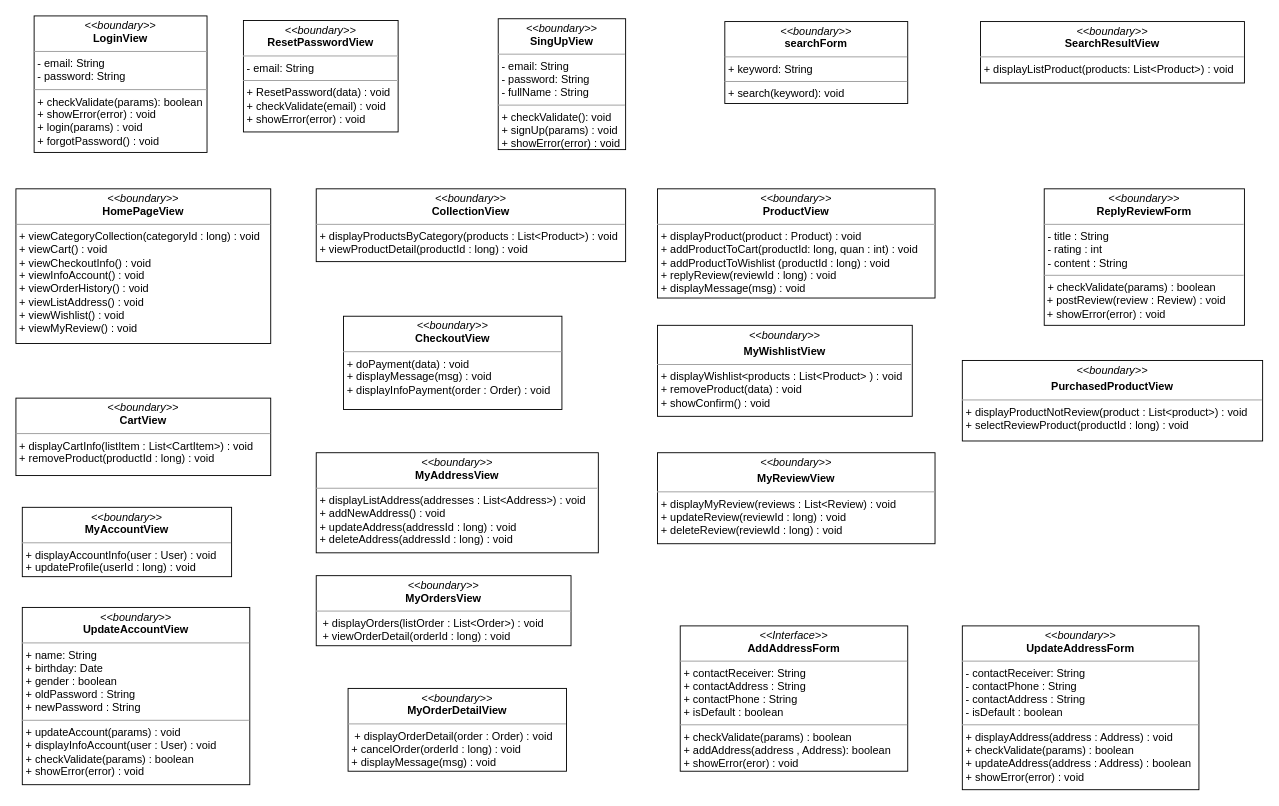
This is class diagram/view-class-diagram (7).drawio from nguyenphamvan/datn_20202, a draw.io file, before an edit. Source tidied: cells renumbered, new cells numbered last; positions are measured from the earlier drawing's top-left corner, leaving out a move shared by most shapes. Both pictures are drawn from the tidied source at 91%, with x=0, y=0 at pixel (15, 15).
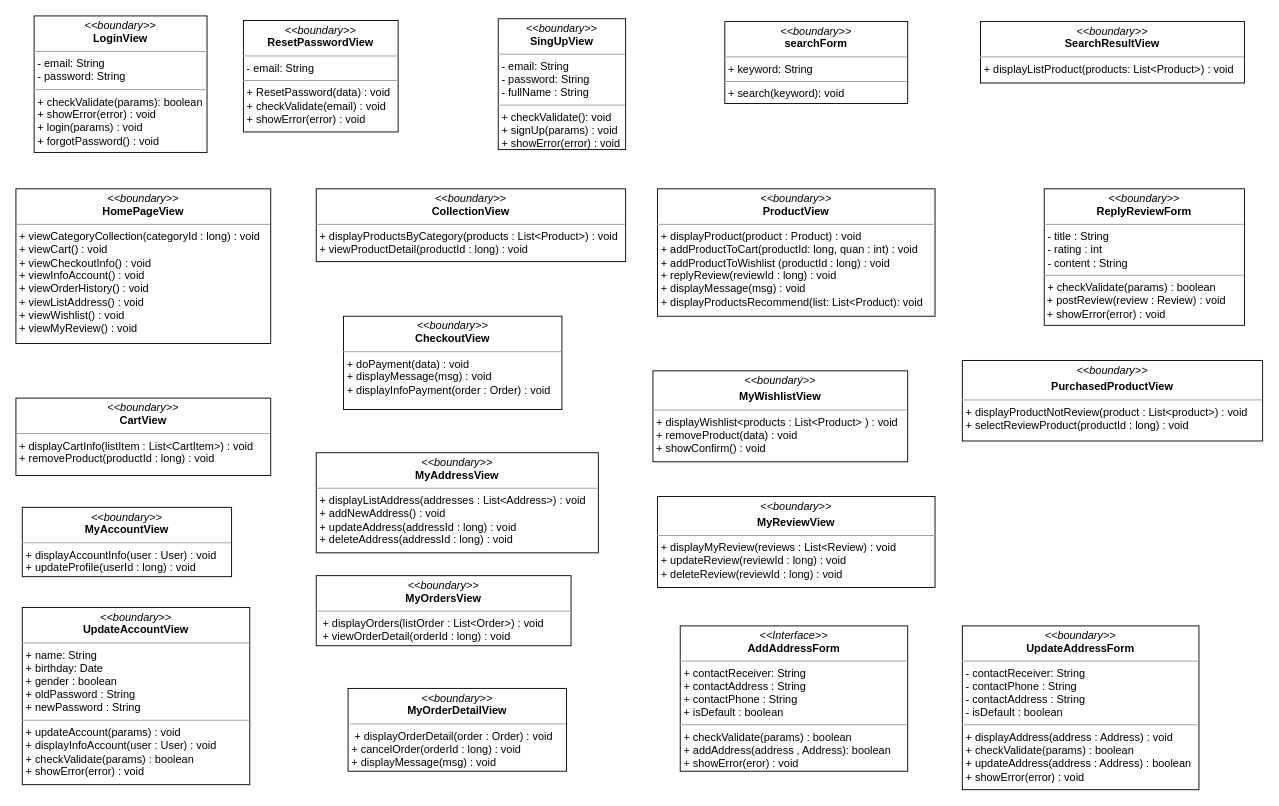
The same diagram, later.

Change to the diagram source:
```diff
@@
-    <mxCell id="7" value="&lt;p style=&quot;margin: 0px ; margin-top: 4px ; text-align: center&quot;&gt;&lt;i&gt;&amp;lt;&amp;lt;boundary&amp;gt;&amp;gt;&lt;/i&gt;&lt;br&gt;&lt;b&gt;ProductView&lt;/b&gt;&lt;/p&gt;&lt;hr size=&quot;1&quot;&gt;&lt;p style=&quot;margin: 0px ; margin-left: 4px&quot;&gt;&lt;span&gt;+ displayProduct(product : Product) : void&lt;/span&gt;&lt;/p&gt;&lt;p style=&quot;margin: 0px 0px 0px 4px&quot;&gt;+ addProductToCart(productId: long, quan : int) : void&lt;/p&gt;&lt;p style=&quot;margin: 0px 0px 0px 4px&quot;&gt;+ addProductToWishlist (productId : long) : void&lt;/p&gt;&lt;p style=&quot;margin: 0px 0px 0px 4px&quot;&gt;+ replyReview(reviewId : long) : void&lt;/p&gt;&lt;p style=&quot;margin: 0px 0px 0px 4px&quot;&gt;+ displayMessage(msg) : void&lt;/p&gt;" style="verticalAlign=top;align=left;overflow=fill;fontSize=12;fontFamily=Helvetica;html=1;" parent="1" vertex="1">
-      <mxGeometry x="705" y="190" width="305" height="120" as="geometry" />
+    <mxCell id="7" value="&lt;p style=&quot;margin: 0px ; margin-top: 4px ; text-align: center&quot;&gt;&lt;i&gt;&amp;lt;&amp;lt;boundary&amp;gt;&amp;gt;&lt;/i&gt;&lt;br&gt;&lt;b&gt;ProductView&lt;/b&gt;&lt;/p&gt;&lt;hr size=&quot;1&quot;&gt;&lt;p style=&quot;margin: 0px ; margin-left: 4px&quot;&gt;&lt;span&gt;+ displayProduct(product : Product) : void&lt;/span&gt;&lt;/p&gt;&lt;p style=&quot;margin: 0px 0px 0px 4px&quot;&gt;+ addProductToCart(productId: long, quan : int) : void&lt;/p&gt;&lt;p style=&quot;margin: 0px 0px 0px 4px&quot;&gt;+ addProductToWishlist (productId : long) : void&lt;/p&gt;&lt;p style=&quot;margin: 0px 0px 0px 4px&quot;&gt;+ replyReview(reviewId : long) : void&lt;/p&gt;&lt;p style=&quot;margin: 0px 0px 0px 4px&quot;&gt;+ displayMessage(msg) : void&lt;/p&gt;&lt;p style=&quot;margin: 0px 0px 0px 4px&quot;&gt;+ displayProductsRecommend(list: List&amp;lt;Product): void&lt;/p&gt;" style="verticalAlign=top;align=left;overflow=fill;fontSize=12;fontFamily=Helvetica;html=1;" parent="1" vertex="1">
+      <mxGeometry x="705" y="190" width="305" height="140" as="geometry" />
     </mxCell>
@@
     <mxCell id="19" value="&lt;p style=&quot;margin: 0px ; margin-top: 4px ; text-align: center&quot;&gt;&lt;i&gt;&amp;lt;&amp;lt;boundary&amp;gt;&amp;gt;&lt;/i&gt;&lt;/p&gt;&lt;p style=&quot;margin: 0px ; margin-top: 4px ; text-align: center&quot;&gt;&lt;b&gt;MyReviewView&lt;/b&gt;&lt;/p&gt;&lt;hr size=&quot;1&quot;&gt;&lt;p style=&quot;margin: 0px ; margin-left: 4px&quot;&gt;&lt;span&gt;+ displayMyReview(reviews : List&amp;lt;Review) : void&lt;/span&gt;&lt;br&gt;&lt;/p&gt;&lt;p style=&quot;margin: 0px ; margin-left: 4px&quot;&gt;&lt;span&gt;+ updateReview(reviewId : long) : void&lt;/span&gt;&lt;/p&gt;&lt;p style=&quot;margin: 0px ; margin-left: 4px&quot;&gt;&lt;span&gt;+ deleteReview(reviewId : long) : void&lt;/span&gt;&lt;/p&gt;" style="verticalAlign=top;align=left;overflow=fill;fontSize=12;fontFamily=Helvetica;html=1;" parent="1" vertex="1">
-      <mxGeometry x="705" y="480" width="305" height="100" as="geometry" />
+      <mxGeometry x="705" y="528.1" width="305" height="100" as="geometry" />
     </mxCell>
@@
     <mxCell id="21" value="&lt;p style=&quot;margin: 0px ; margin-top: 4px ; text-align: center&quot;&gt;&lt;i&gt;&amp;lt;&amp;lt;boundary&amp;gt;&amp;gt;&lt;/i&gt;&lt;/p&gt;&lt;p style=&quot;margin: 0px ; margin-top: 4px ; text-align: center&quot;&gt;&lt;b&gt;MyWishlistView&lt;/b&gt;&lt;/p&gt;&lt;hr size=&quot;1&quot;&gt;&lt;p style=&quot;margin: 0px ; margin-left: 4px&quot;&gt;&lt;span&gt;+ displayWishlist&amp;lt;products : List&amp;lt;Product&amp;gt; ) : void&lt;/span&gt;&lt;/p&gt;&lt;p style=&quot;margin: 0px ; margin-left: 4px&quot;&gt;&lt;span&gt;+ removeProduct(data) : void&lt;/span&gt;&lt;br&gt;&lt;/p&gt;&lt;p style=&quot;margin: 0px ; margin-left: 4px&quot;&gt;&lt;span&gt;+ showConfirm() : void&lt;/span&gt;&lt;/p&gt;" style="verticalAlign=top;align=left;overflow=fill;fontSize=12;fontFamily=Helvetica;html=1;" parent="1" vertex="1">
-      <mxGeometry x="705" y="340" width="280" height="100" as="geometry" />
+      <mxGeometry x="700" y="390" width="280" height="100" as="geometry" />
     </mxCell>
```
